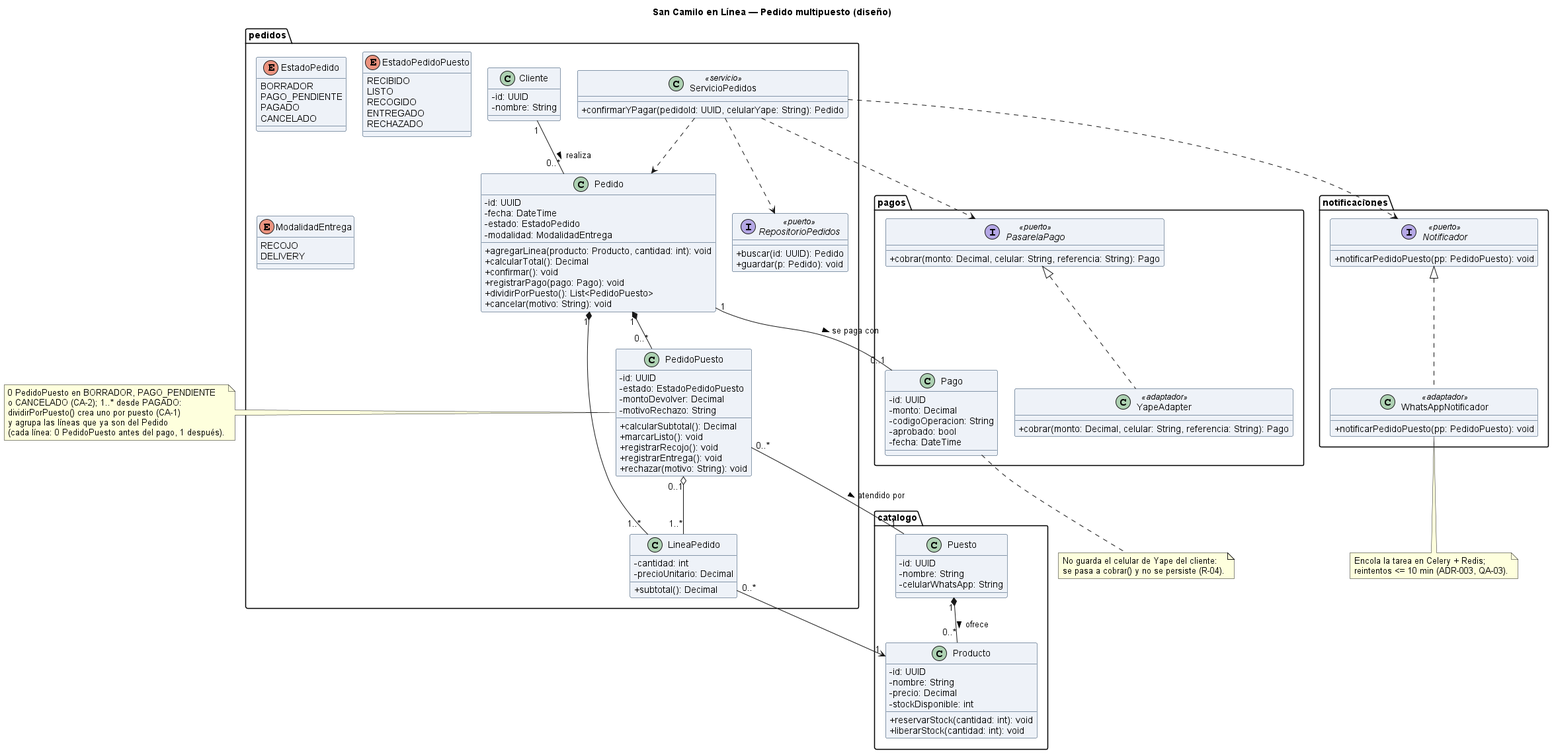
Earlier version of the PlantUML export docs/design/img/clases.png (paredes1234/cs-2026b-lab04-grupo07).
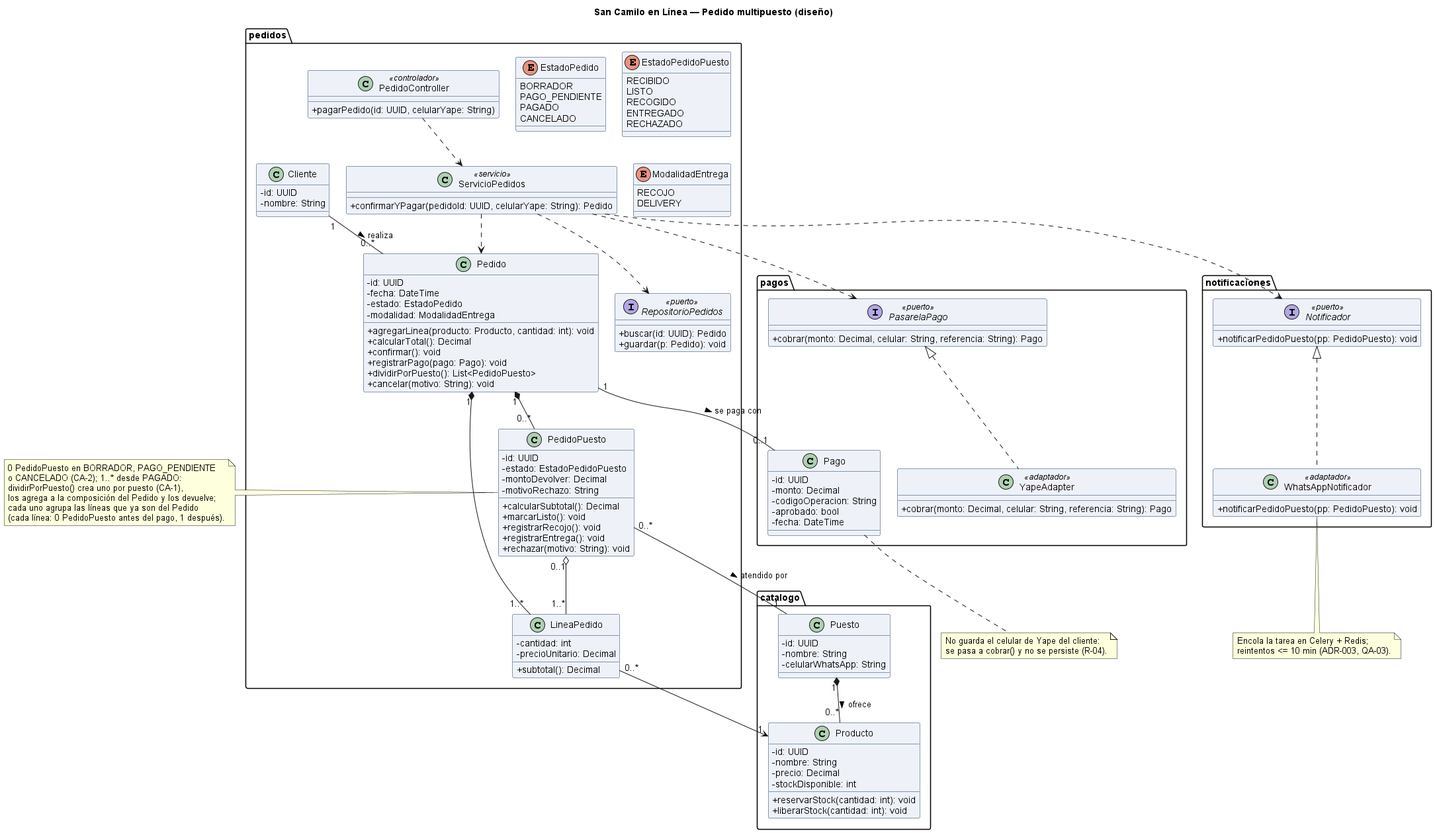
After the change.

Commit message:
E1: agrega controlador

The edit, as a diff of the source:
```diff
@@ -74,6 +74,9 @@
     RECOJO
     DELIVERY
   }
+  class PedidoController <<controlador>> {
+    + pagarPedido(id: UUID, celularYape: String)
+  }
   class ServicioPedidos <<servicio>> {
     + confirmarYPagar(pedidoId: UUID, celularYape: String): Pedido
   }
@@ -119,6 +122,7 @@
 PasarelaPago <|.. YapeAdapter
 PasarelaPago -[hidden]down- Pago
 Notificador <|.. WhatsAppNotificador
+PedidoController ..> ServicioPedidos
 ServicioPedidos ..> Pedido
 ServicioPedidos ..> RepositorioPedidos
 ServicioPedidos ..> PasarelaPago
@@ -127,8 +131,9 @@
 note left of PedidoPuesto
   0 PedidoPuesto en BORRADOR, PAGO_PENDIENTE
   o CANCELADO (CA-2); 1..* desde PAGADO:
-  dividirPorPuesto() crea uno por puesto (CA-1)
-  y agrupa las líneas que ya son del Pedido
+  dividirPorPuesto() crea uno por puesto (CA-1),
+  los agrega a la composición del Pedido y los devuelve;
+  cada uno agrupa las líneas que ya son del Pedido
   (cada línea: 0 PedidoPuesto antes del pago, 1 después).
 end note
 note bottom of Pago
```
